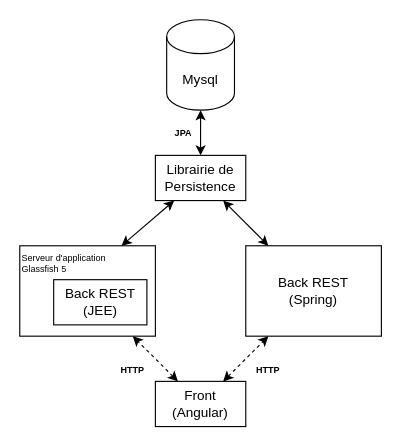
Above: doc/conception/global_architecture.drawio in Reynault/Auction-JEE (draw.io), before the change. Source tidied: cells renumbered, new cells numbered last; positions are measured from the earlier drawing's top-left corner, leaving out a move shared by most shapes. Both pictures are drawn from the tidied source at 113%, with x=0, y=0 at pixel (19, 19).
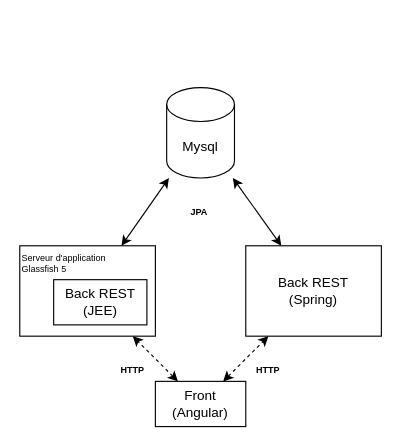
The same page after the edit.

What changed in the source:
```diff
@@
 <mxGraphModel>
   <root>
     <mxCell id="0" />
     <mxCell id="1" parent="0" />
     <mxCell id="2" value="Front&lt;br&gt;(Angular)" style="rounded=0;whiteSpace=wrap;html=1;" parent="1" vertex="1">
       <mxGeometry x="120" y="320" width="80" height="40" as="geometry" />
     </mxCell>
     <mxCell id="3" value="Back REST&lt;br&gt;(Spring)" style="rounded=0;whiteSpace=wrap;html=1;" parent="1" vertex="1">
       <mxGeometry x="200" y="200" width="120" height="80" as="geometry" />
     </mxCell>
     <mxCell id="4" style="endArrow=classic;html=1;startArrow=classic;startFill=1;dashed=1;" parent="1" edge="1" source="2" target="3">
       <mxGeometry relative="1" as="geometry" />
     </mxCell>
     <mxCell id="5" value="Mysql" style="shape=cylinder3;whiteSpace=wrap;html=1;boundedLbl=1;backgroundOutline=1;size=15;" parent="1" vertex="1">
-      <mxGeometry x="130" width="60" height="80" as="geometry" />
+      <mxGeometry x="130" y="60" width="60" height="80" as="geometry" />
     </mxCell>
     <mxCell id="6" style="endArrow=classic;html=1;startArrow=classic;startFill=1;dashed=1;" parent="1" edge="1" source="2" target="9">
       <mxGeometry relative="1" as="geometry" />
     </mxCell>
-    <mxCell id="7" style="endArrow=classic;html=1;startArrow=classic;startFill=1;" parent="1" edge="1" source="14" target="5">
-      <mxGeometry relative="1" as="geometry" />
-    </mxCell>
     <mxCell id="8" style="group;" parent="1" vertex="1">
       <mxGeometry y="200" width="120" height="80" as="geometry" />
     </mxCell>
     <mxCell id="9" value="Serveur d'application&lt;br style=&quot;font-size: 8px;&quot;&gt;Glassfish 5" style="rounded=0;whiteSpace=wrap;html=1;fontSize=8;align=left;verticalAlign=top;" parent="8" vertex="1">
       <mxGeometry width="120" height="80" as="geometry" />
     </mxCell>
     <mxCell id="10" value="Back REST&lt;br&gt;(JEE)" style="rounded=0;whiteSpace=wrap;html=1;" parent="8" vertex="1">
       <mxGeometry x="30" y="30" width="82.5" height="40" as="geometry" />
     </mxCell>
     <mxCell id="11" value="JPA" style="text;html=1;strokeColor=none;fillColor=none;align=center;verticalAlign=middle;whiteSpace=wrap;rounded=0;fontSize=8;fontStyle=1;" parent="1" vertex="1">
-      <mxGeometry x="130" y="90" width="30" height="20" as="geometry" />
+      <mxGeometry x="144" y="160" width="30" height="20" as="geometry" />
     </mxCell>
     <mxCell id="12" value="HTTP" style="text;html=1;strokeColor=none;fillColor=none;align=center;verticalAlign=middle;whiteSpace=wrap;rounded=0;fontSize=8;fontStyle=1;" parent="1" vertex="1">
       <mxGeometry x="80" y="300" width="40" height="20" as="geometry" />
     </mxCell>
     <mxCell id="13" value="HTTP" style="text;html=1;strokeColor=none;fillColor=none;align=center;verticalAlign=middle;whiteSpace=wrap;rounded=0;fontSize=8;fontStyle=1;" parent="1" vertex="1">
       <mxGeometry x="200" y="300" width="40" height="20" as="geometry" />
     </mxCell>
-    <mxCell id="14" value="Librairie de Persistence" style="rounded=0;whiteSpace=wrap;html=1;" parent="1" vertex="1">
-      <mxGeometry x="120" y="120" width="80" height="40" as="geometry" />
-    </mxCell>
-    <mxCell id="15" style="endArrow=classic;html=1;startArrow=classic;startFill=1;" parent="1" edge="1" source="14" target="3">
+    <mxCell id="15" style="endArrow=classic;html=1;startArrow=classic;startFill=1;" parent="1" edge="1" source="5" target="3">
       <mxGeometry relative="1" as="geometry" />
     </mxCell>
-    <mxCell id="16" style="endArrow=classic;html=1;startArrow=classic;startFill=1;entryX=0.75;entryY=0;entryDx=0;entryDy=0;" parent="1" edge="1" source="14" target="9">
+    <mxCell id="16" style="endArrow=classic;html=1;startArrow=classic;startFill=1;entryX=0.75;entryY=0;entryDx=0;entryDy=0;" parent="1" edge="1" source="5" target="9">
       <mxGeometry relative="1" as="geometry" />
     </mxCell>
   </root>
 </mxGraphModel>
```
